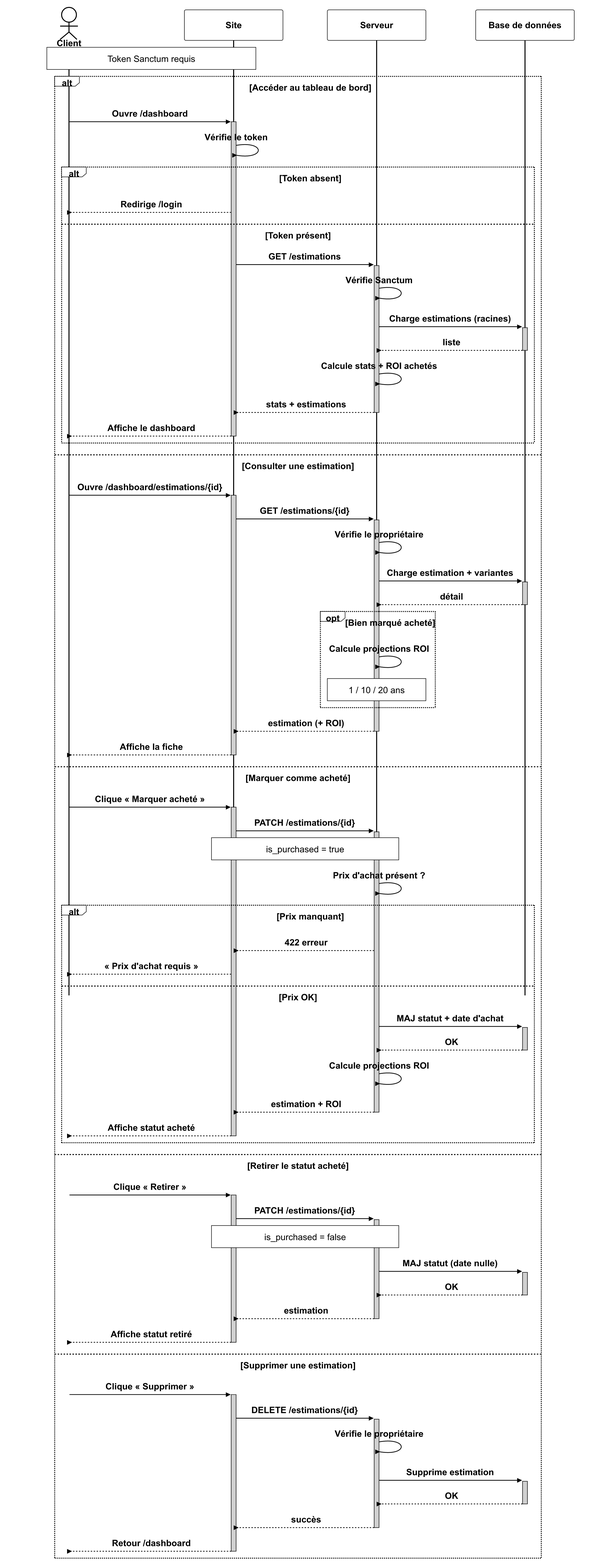
YassineToumy/rentvly keeps this Mermaid diagram as conception/uml/07-sequence-dashboard-investisseur.png. Above is the earlier version. Its source is kept beside it as conception/uml/07-sequence-dashboard-investisseur.mmd.
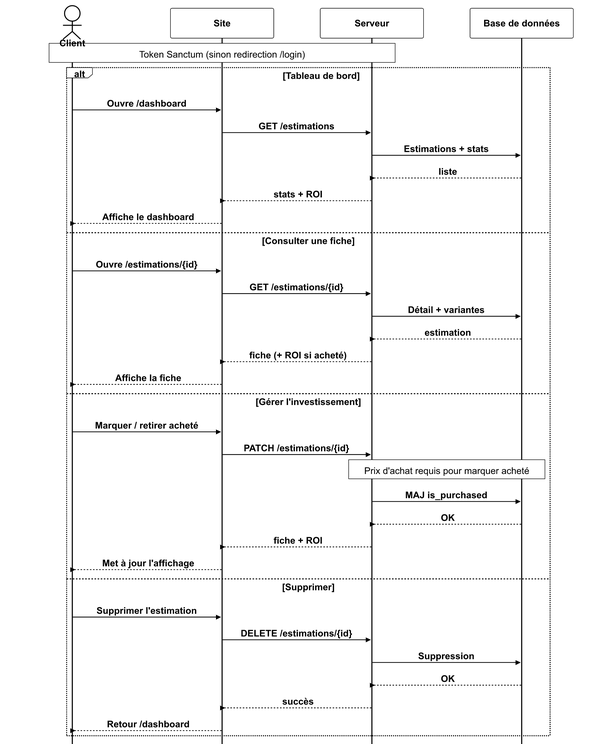
After the commit.

What changed in the source:
```diff
@@ -33,16 +33,16 @@
   'themeCSS': 'text, tspan, .actor, .messageText, .noteText, .loopText, .labelText, .sequenceNumber { font-weight: 700 !important; font-family: Arial, Helvetica, sans-serif !important; }',
   'sequence': {
     'diagramMarginX': 40,
-    'diagramMarginY': 20,
+    'diagramMarginY': 16,
     'actorMargin': 90,
     'width': 200,
-    'height': 62,
-    'boxMargin': 14,
-    'boxTextMargin': 10,
-    'noteMargin': 14,
-    'messageMargin': 52,
+    'height': 58,
+    'boxMargin': 10,
+    'boxTextMargin': 8,
+    'noteMargin': 10,
+    'messageMargin': 38,
     'mirrorActors': false,
-    'bottomMarginAdj': 10,
+    'bottomMarginAdj': 8,
     'useMaxWidth': false,
     'rightAngles': false,
     'showSequenceNumbers': false
@@ -55,67 +55,38 @@
     participant W as Serveur
     participant D as Base de données
 
-    Note over C,S: Token Sanctum requis
+    Note over C,W: Token Sanctum (sinon redirection /login)
 
-    alt Accéder au tableau de bord
-        C->>+S: Ouvre /dashboard
-        S->>S: Vérifie le token
-        alt Token absent
-            S-->>C: Redirige /login
-        else Token présent
-            S->>+W: GET /estimations
-            W->>W: Vérifie Sanctum
-            W->>+D: Charge estimations (racines)
-            D-->>-W: liste
-            W->>W: Calcule stats + ROI achetés
-            W-->>-S: stats + estimations
-            S-->>-C: Affiche le dashboard
-        end
+    alt Tableau de bord
+        C->>S: Ouvre /dashboard
+        S->>W: GET /estimations
+        W->>D: Estimations + stats
+        D-->>W: liste
+        W-->>S: stats + ROI
+        S-->>C: Affiche le dashboard
 
-    else Consulter une estimation
-        C->>+S: Ouvre /dashboard/estimations/{id}
-        S->>+W: GET /estimations/{id}
-        W->>W: Vérifie le propriétaire
-        W->>+D: Charge estimation + variantes
-        D-->>-W: détail
-        opt Bien marqué acheté
-            W->>W: Calcule projections ROI
-            Note over W: 1 / 10 / 20 ans
-        end
-        W-->>-S: estimation (+ ROI)
-        S-->>-C: Affiche la fiche
+    else Consulter une fiche
+        C->>S: Ouvre /estimations/{id}
+        S->>W: GET /estimations/{id}
+        W->>D: Détail + variantes
+        D-->>W: estimation
+        W-->>S: fiche (+ ROI si acheté)
+        S-->>C: Affiche la fiche
 
-    else Marquer comme acheté
-        C->>+S: Clique « Marquer acheté »
-        S->>+W: PATCH /estimations/{id}
-        Note over S,W: is_purchased = true
-        W->>W: Prix d'achat présent ?
-        alt Prix manquant
-            W-->>S: 422 erreur
-            S-->>C: « Prix d'achat requis »
-        else Prix OK
-            W->>+D: MAJ statut + date d'achat
-            D-->>-W: OK
-            W->>W: Calcule projections ROI
-            W-->>-S: estimation + ROI
-            S-->>-C: Affiche statut acheté
-        end
+    else Gérer l'investissement
+        C->>S: Marquer / retirer acheté
+        S->>W: PATCH /estimations/{id}
+        Note over W,D: Prix d'achat requis pour marquer acheté
+        W->>D: MAJ is_purchased
+        D-->>W: OK
+        W-->>S: fiche + ROI
+        S-->>C: Met à jour l'affichage
 
-    else Retirer le statut acheté
-        C->>+S: Clique « Retirer »
-        S->>+W: PATCH /estimations/{id}
-        Note over S,W: is_purchased = false
-        W->>+D: MAJ statut (date nulle)
-        D-->>-W: OK
-        W-->>-S: estimation
-        S-->>-C: Affiche statut retiré
-
-    else Supprimer une estimation
-        C->>+S: Clique « Supprimer »
-        S->>+W: DELETE /estimations/{id}
-        W->>W: Vérifie le propriétaire
-        W->>+D: Supprime estimation
-        D-->>-W: OK
-        W-->>-S: succès
-        S-->>-C: Retour /dashboard
+    else Supprimer
+        C->>S: Supprimer l'estimation
+        S->>W: DELETE /estimations/{id}
+        W->>D: Suppression
+        D-->>W: OK
+        W-->>S: succès
+        S-->>C: Retour /dashboard
     end
```
